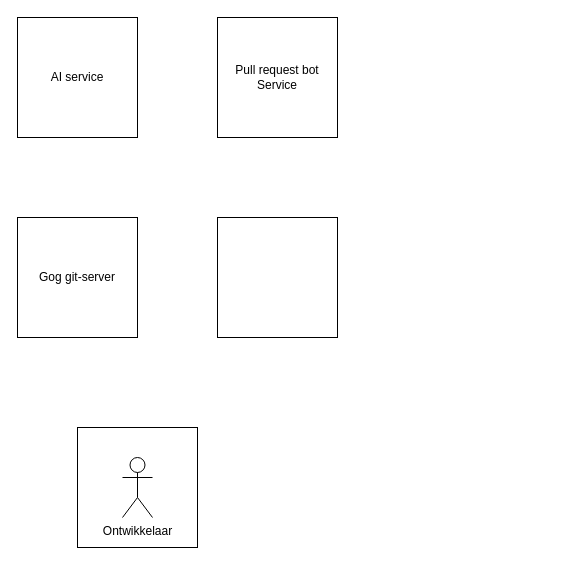
The draw.io diagram page "Pull request bot" (3 of 6) of cli app.drawio in luukvankooten/draw.io, before the edit. Source tidied: cells renumbered, new cells numbered last; positions are measured from the earlier drawing's top-left corner, leaving out a move shared by most shapes. Both pictures are drawn from the tidied source at 100%, with x=0, y=0 at pixel (17, 17).
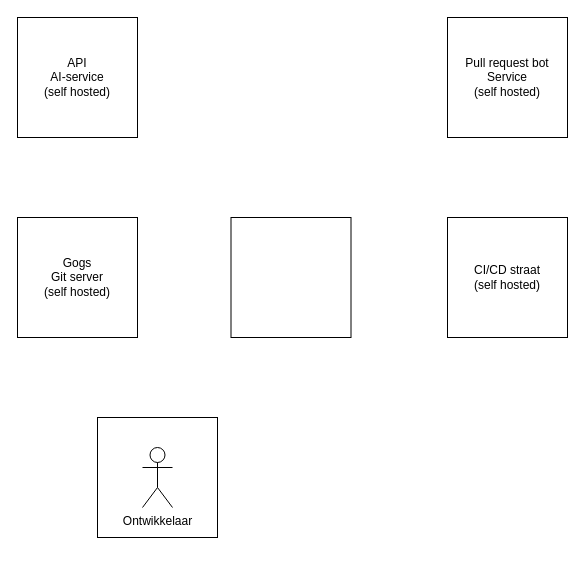
The same page after the edit.

Diff of the diagram source:
```diff
@@
 <mxGraphModel>
   <root>
     <mxCell id="0" />
     <mxCell id="1" parent="0" />
-    <mxCell id="2" value="&lt;div&gt;Gog git-server&lt;/div&gt;" style="whiteSpace=wrap;html=1;" parent="1" vertex="1">
+    <mxCell id="2" value="&lt;div&gt;Gogs&lt;/div&gt;&lt;div&gt;Git server&lt;br&gt;&lt;/div&gt;&lt;div&gt;(self hosted)&lt;br&gt;&lt;/div&gt;" style="whiteSpace=wrap;html=1;" parent="1" vertex="1">
       <mxGeometry y="200" width="120" height="120" as="geometry" />
     </mxCell>
-    <mxCell id="3" value="AI service" style="whiteSpace=wrap;html=1;" parent="1" vertex="1">
-      <mxGeometry width="120" height="120" as="geometry" />
-    </mxCell>
-    <mxCell id="4" value="Pull request bot Service" style="whiteSpace=wrap;html=1;" parent="1" vertex="1">
-      <mxGeometry x="200" width="120" height="120" as="geometry" />
+    <mxCell id="4" value="&lt;div&gt;Pull request bot Service&lt;/div&gt;&lt;div&gt;(self hosted)&lt;br&gt;&lt;/div&gt;" style="whiteSpace=wrap;html=1;" parent="1" vertex="1">
+      <mxGeometry x="430" width="120" height="120" as="geometry" />
     </mxCell>
     <mxCell id="5" style="group;" parent="1" vertex="1">
-      <mxGeometry x="60" y="410" width="120" height="120" as="geometry" />
+      <mxGeometry x="80" y="400" width="120" height="120" as="geometry" />
     </mxCell>
     <mxCell id="6" style="whiteSpace=wrap;html=1;" parent="5" vertex="1">
       <mxGeometry width="120" height="120" as="geometry" />
     </mxCell>
     <mxCell id="7" value="Ontwikkelaar" style="shape=umlActor;verticalLabelPosition=bottom;verticalAlign=top;html=1;" parent="5" vertex="1">
       <mxGeometry x="45" y="30" width="30" height="60" as="geometry" />
     </mxCell>
-    <mxCell id="8" style="whiteSpace=wrap;html=1;" parent="1" vertex="1">
-      <mxGeometry x="200" y="200" width="120" height="120" as="geometry" />
+    <mxCell id="8" value="&lt;div&gt;CI/CD straat&lt;/div&gt;(self hosted)" style="whiteSpace=wrap;html=1;" parent="1" vertex="1">
+      <mxGeometry x="430" y="200" width="120" height="120" as="geometry" />
     </mxCell>
+    <mxCell id="9" value="&lt;div&gt;API &lt;br&gt;&lt;/div&gt;&lt;div&gt;AI-service&lt;/div&gt;&lt;div&gt;(self hosted)&lt;br&gt;&lt;/div&gt;" style="whiteSpace=wrap;html=1;" parent="1" vertex="1">
+      <mxGeometry width="120" height="120" as="geometry" />
+    </mxCell>
+    <mxCell id="10" style="whiteSpace=wrap;html=1;" parent="1" vertex="1">
+      <mxGeometry x="213.5" y="200" width="120" height="120" as="geometry" />
+    </mxCell>
   </root>
 </mxGraphModel>
```
